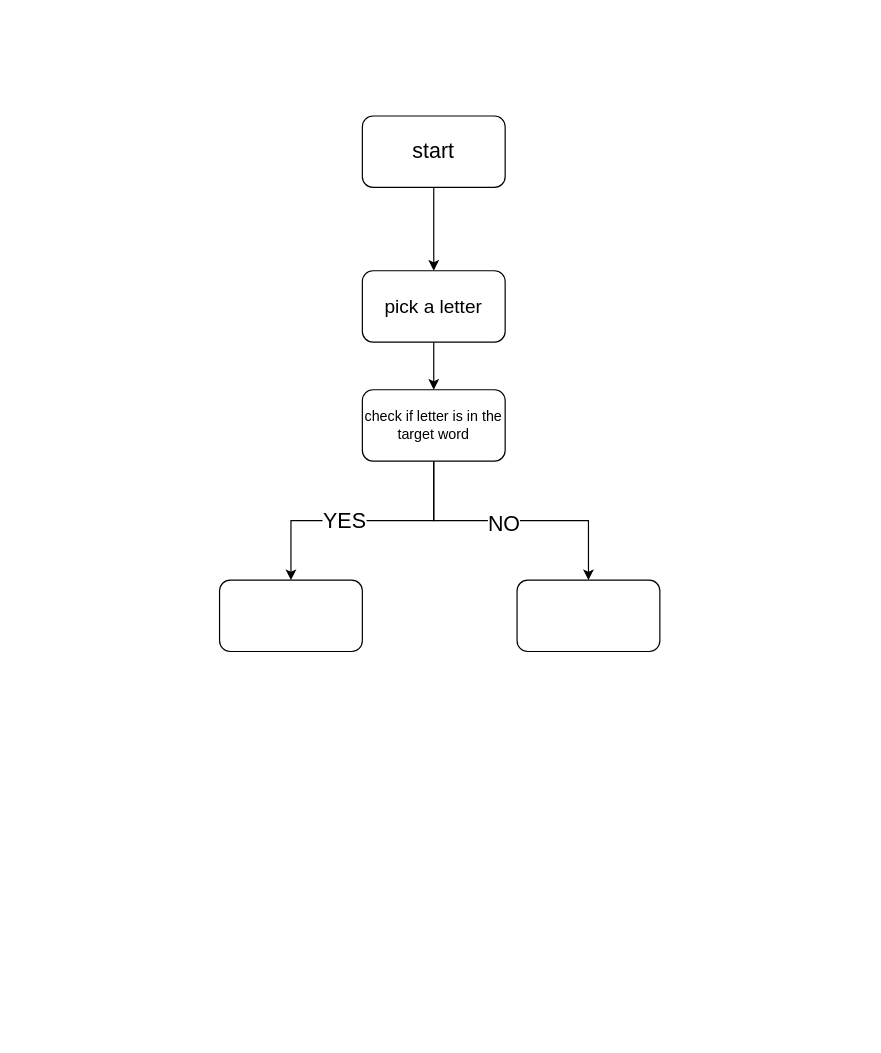
Before: Untitled Diagram.drawio in andreality/flowcharts, a draw.io diagram. Source tidied: cells renumbered, new cells numbered last; positions are measured from the earlier drawing's top-left corner, leaving out a move shared by most shapes. Both pictures are drawn from the tidied source at 119%, with x=0, y=0 at pixel (219, 115).
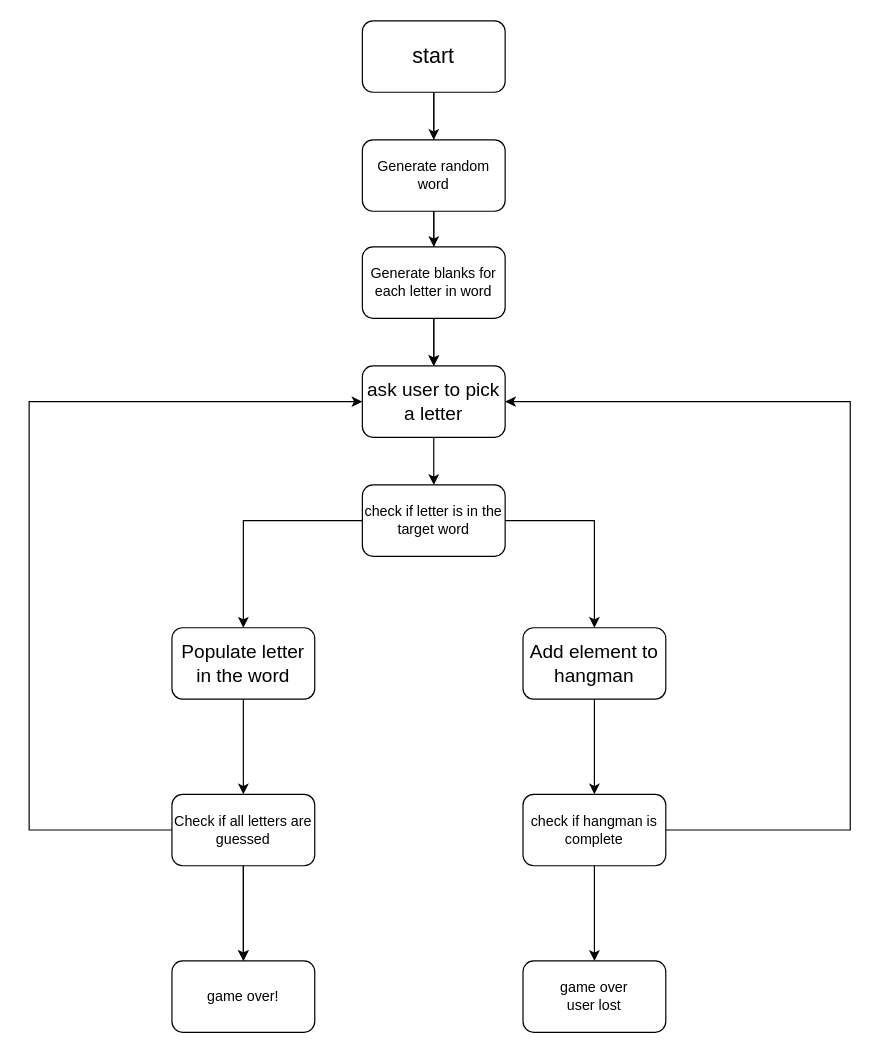
The same diagram, later.

What changed in the source:
```diff
@@
+    <mxCell id="13" style="edgeStyle=orthogonalEdgeStyle;rounded=0;jettySize=auto;html=1;fontFamily=Helvetica;fontSize=12;fontColor=default;" parent="1" edge="1" source="3" target="17">
+      <mxGeometry relative="1" as="geometry" />
+    </mxCell>
     <mxCell id="3" value="&lt;font style=&quot;font-size: 18px;&quot;&gt;start&lt;/font&gt;" style="rounded=1;whiteSpace=wrap;html=1;" parent="1" vertex="1">
-      <mxGeometry x="120" width="120" height="60" as="geometry" />
+      <mxGeometry x="120" y="-80" width="120" height="60" as="geometry" />
     </mxCell>
@@
-    <mxCell id="5" value="&lt;font size=&quot;3&quot;&gt;pick a letter&lt;/font&gt;" style="rounded=1;whiteSpace=wrap;html=1;" parent="1" vertex="1">
-      <mxGeometry x="120" y="130" width="120" height="60" as="geometry" />
+    <mxCell id="5" value="&lt;font size=&quot;3&quot;&gt;ask user to pick a letter&lt;/font&gt;" style="rounded=1;whiteSpace=wrap;html=1;" parent="1" vertex="1">
+      <mxGeometry x="120" y="210" width="120" height="60" as="geometry" />
     </mxCell>
-    <mxCell id="6" style="edgeStyle=orthogonalEdgeStyle;rounded=0;jettySize=auto;html=1;entryX=0.5;entryY=0;entryDx=0;entryDy=0;" parent="1" edge="1" source="10" target="11">
+    <mxCell id="6" style="edgeStyle=orthogonalEdgeStyle;rounded=0;jettySize=auto;html=1;entryX=0.5;entryY=0;entryDx=0;entryDy=0;fontFamily=Helvetica;fontSize=12;fontColor=default;" parent="1" edge="1" source="10" target="11">
       <mxGeometry relative="1" as="geometry" />
     </mxCell>
-    <mxCell id="7" value="&lt;font style=&quot;font-size: 18px;&quot;&gt;YES&lt;/font&gt;" style="edgeLabel;html=1;align=center;verticalAlign=middle;" parent="6" vertex="1">
-      <mxGeometry x="0.15" relative="1" as="geometry" />
-    </mxCell>
-    <mxCell id="8" style="edgeStyle=orthogonalEdgeStyle;rounded=0;jettySize=auto;html=1;entryX=0.5;entryY=0;entryDx=0;entryDy=0;" parent="1" edge="1" source="10" target="12">
-      <mxGeometry relative="1" as="geometry">
-        <Array as="points">
-          <mxPoint x="180" y="340" />
-          <mxPoint x="310" y="340" />
-        </Array>
-      </mxGeometry>
+    <mxCell id="8" style="edgeStyle=orthogonalEdgeStyle;rounded=0;jettySize=auto;html=1;fontFamily=Helvetica;fontSize=12;fontColor=default;" parent="1" edge="1" source="10" target="12">
+      <mxGeometry relative="1" as="geometry" />
     </mxCell>
-    <mxCell id="9" value="&lt;font style=&quot;font-size: 18px;&quot;&gt;NO&lt;/font&gt;" style="edgeLabel;html=1;align=center;verticalAlign=middle;" parent="8" vertex="1">
-      <mxGeometry x="-0.06" y="-2" relative="1" as="geometry" />
-    </mxCell>
     <mxCell id="10" value="check if letter is in the target word" style="rounded=1;whiteSpace=wrap;html=1;" parent="1" vertex="1">
-      <mxGeometry x="120" y="230" width="120" height="60" as="geometry" />
+      <mxGeometry x="120" y="310" width="120" height="60" as="geometry" />
     </mxCell>
+    <mxCell id="14" style="edgeStyle=orthogonalEdgeStyle;rounded=0;jettySize=auto;html=1;fontFamily=Helvetica;fontSize=12;fontColor=default;" parent="1" edge="1" source="11" target="23">
+      <mxGeometry relative="1" as="geometry" />
+    </mxCell>
-    <mxCell id="11" style="rounded=1;whiteSpace=wrap;html=1;" parent="1" vertex="1">
-      <mxGeometry y="390" width="120" height="60" as="geometry" />
+    <mxCell id="11" value="&lt;font size=&quot;3&quot;&gt;Populate letter in the word&lt;/font&gt;" style="rounded=1;whiteSpace=wrap;html=1;" parent="1" vertex="1">
+      <mxGeometry x="-40" y="430" width="120" height="60" as="geometry" />
     </mxCell>
+    <mxCell id="15" style="edgeStyle=orthogonalEdgeStyle;rounded=0;jettySize=auto;html=1;fontFamily=Helvetica;fontSize=12;fontColor=default;" parent="1" edge="1" source="12" target="27">
+      <mxGeometry relative="1" as="geometry" />
+    </mxCell>
-    <mxCell id="12" style="rounded=1;whiteSpace=wrap;html=1;" parent="1" vertex="1">
-      <mxGeometry x="250" y="390" width="120" height="60" as="geometry" />
+    <mxCell id="12" value="&lt;font size=&quot;3&quot;&gt;Add element to hangman&lt;/font&gt;" style="rounded=1;whiteSpace=wrap;html=1;" parent="1" vertex="1">
+      <mxGeometry x="255" y="430" width="120" height="60" as="geometry" />
     </mxCell>
+    <mxCell id="16" style="edgeStyle=orthogonalEdgeStyle;rounded=0;jettySize=auto;html=1;fontFamily=Helvetica;fontSize=12;fontColor=default;" parent="1" edge="1" source="17" target="19">
+      <mxGeometry relative="1" as="geometry" />
+    </mxCell>
+    <mxCell id="17" value="Generate random word" style="rounded=1;whiteSpace=wrap;html=1;strokeColor=default;align=center;verticalAlign=middle;fontFamily=Helvetica;fontSize=12;fontColor=default;fillColor=default;" parent="1" vertex="1">
+      <mxGeometry x="120" y="20" width="120" height="60" as="geometry" />
+    </mxCell>
+    <mxCell id="18" style="edgeStyle=orthogonalEdgeStyle;rounded=0;jettySize=auto;html=1;fontFamily=Helvetica;fontSize=12;fontColor=default;" parent="1" edge="1" source="19" target="5">
+      <mxGeometry relative="1" as="geometry" />
+    </mxCell>
+    <mxCell id="19" value="Generate blanks for each letter in word" style="rounded=1;whiteSpace=wrap;html=1;strokeColor=default;align=center;verticalAlign=middle;fontFamily=Helvetica;fontSize=12;fontColor=default;fillColor=default;" parent="1" vertex="1">
+      <mxGeometry x="120" y="110" width="120" height="60" as="geometry" />
+    </mxCell>
+    <mxCell id="20" style="edgeStyle=orthogonalEdgeStyle;rounded=0;jettySize=auto;html=1;fontFamily=Helvetica;fontSize=12;fontColor=default;" parent="1" edge="1" source="23" target="24">
+      <mxGeometry relative="1" as="geometry" />
+    </mxCell>
+    <mxCell id="21" style="edgeStyle=orthogonalEdgeStyle;rounded=0;jettySize=auto;html=1;fontFamily=Helvetica;fontSize=12;fontColor=default;" parent="1" edge="1" source="23" target="24">
+      <mxGeometry relative="1" as="geometry" />
+    </mxCell>
+    <mxCell id="22" style="edgeStyle=orthogonalEdgeStyle;rounded=0;jettySize=auto;html=1;fontFamily=Helvetica;fontSize=12;fontColor=default;" parent="1" edge="1" source="23" target="5">
+      <mxGeometry relative="1" as="geometry">
+        <Array as="points">
+          <mxPoint x="-160" y="600" />
+          <mxPoint x="-160" y="240" />
+        </Array>
+      </mxGeometry>
+    </mxCell>
+    <mxCell id="23" value="Check if all letters are guessed" style="rounded=1;whiteSpace=wrap;html=1;" parent="1" vertex="1">
+      <mxGeometry x="-40" y="570" width="120" height="60" as="geometry" />
+    </mxCell>
+    <mxCell id="24" value="game over!" style="rounded=1;whiteSpace=wrap;html=1;" parent="1" vertex="1">
+      <mxGeometry x="-40" y="710" width="120" height="60" as="geometry" />
+    </mxCell>
+    <mxCell id="25" style="edgeStyle=orthogonalEdgeStyle;rounded=0;jettySize=auto;html=1;fontFamily=Helvetica;fontSize=12;fontColor=default;" parent="1" edge="1" source="27" target="28">
+      <mxGeometry relative="1" as="geometry" />
+    </mxCell>
+    <mxCell id="26" style="edgeStyle=orthogonalEdgeStyle;rounded=0;jettySize=auto;html=1;fontFamily=Helvetica;fontSize=12;fontColor=default;" parent="1" edge="1" source="27" target="5">
+      <mxGeometry relative="1" as="geometry">
+        <Array as="points">
+          <mxPoint x="530" y="600" />
+          <mxPoint x="530" y="240" />
+        </Array>
+      </mxGeometry>
+    </mxCell>
+    <mxCell id="27" value="check if hangman is complete" style="rounded=1;whiteSpace=wrap;html=1;" parent="1" vertex="1">
+      <mxGeometry x="255" y="570" width="120" height="60" as="geometry" />
+    </mxCell>
+    <mxCell id="28" value="game over&lt;br&gt;user lost" style="rounded=1;whiteSpace=wrap;html=1;" parent="1" vertex="1">
+      <mxGeometry x="255" y="710" width="120" height="60" as="geometry" />
+    </mxCell>
```
